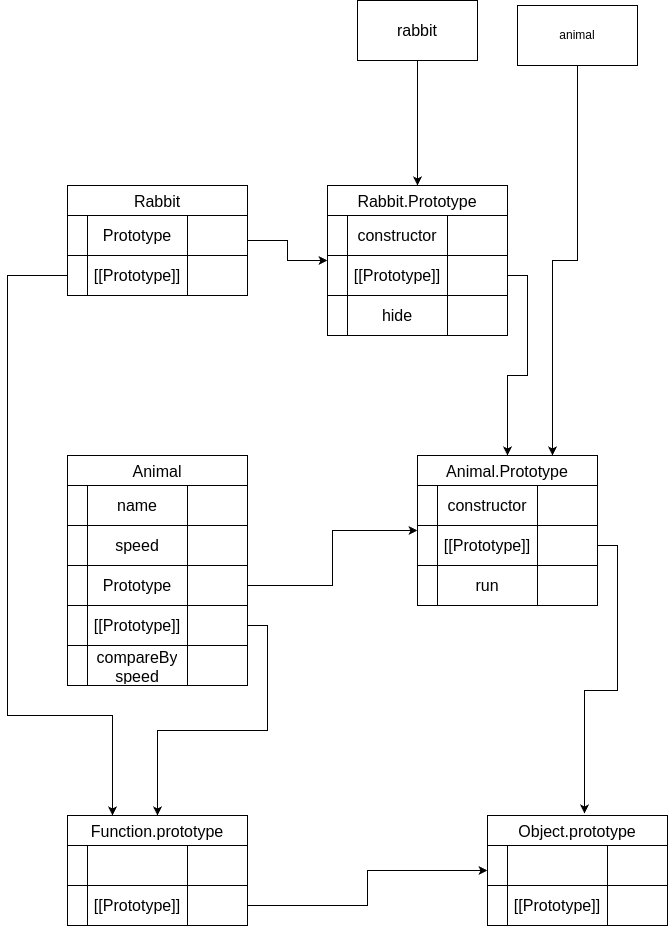
FazleRabbbiferdaus172/CS472 keeps this draw.io diagram as lab6/task3/task3.png. Above is the earlier version. Source tidied: cells renumbered, new cells last; positions are measured from the earlier drawing's top-left corner, leaving out a move shared by most shapes.
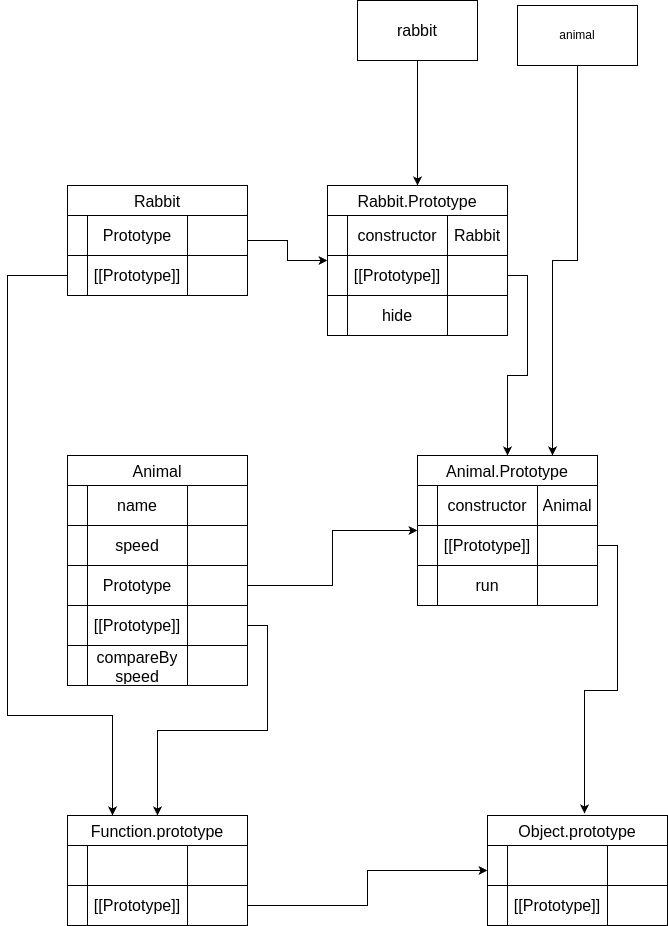
The same diagram one commit later.

Diff of the diagram source:
```diff
@@ -83,7 +83,7 @@
     <mxCell id="28" value="constructor" style="shape=partialRectangle;html=1;whiteSpace=wrap;strokeColor=inherit;overflow=hidden;fillColor=none;top=0;left=0;bottom=0;right=0;fontSize=16;" parent="26" vertex="1">
       <mxGeometry x="20" width="100" height="40" as="geometry" />
     </mxCell>
-    <mxCell id="29" style="shape=partialRectangle;html=1;whiteSpace=wrap;strokeColor=inherit;overflow=hidden;fillColor=none;top=0;left=0;bottom=0;right=0;fontSize=16;" parent="26" vertex="1">
+    <mxCell id="29" value="Animal" style="shape=partialRectangle;html=1;whiteSpace=wrap;strokeColor=inherit;overflow=hidden;fillColor=none;top=0;left=0;bottom=0;right=0;fontSize=16;" parent="26" vertex="1">
       <mxGeometry x="120" width="60" height="40" as="geometry" />
     </mxCell>
     <mxCell id="30" style="shape=tableRow;horizontal=0;startSize=0;swimlaneHead=0;swimlaneBody=0;strokeColor=inherit;top=0;left=0;bottom=0;right=0;fillColor=none;points=[[0,0.5],[1,0.5]];portConstraint=eastwest;fontSize=16;" parent="25" vertex="1">
@@ -221,7 +221,7 @@
     <mxCell id="72" value="constructor" style="shape=partialRectangle;html=1;whiteSpace=wrap;strokeColor=inherit;overflow=hidden;fillColor=none;top=0;left=0;bottom=0;right=0;fontSize=16;" parent="70" vertex="1">
       <mxGeometry x="20" width="100" height="40" as="geometry" />
     </mxCell>
-    <mxCell id="73" style="shape=partialRectangle;html=1;whiteSpace=wrap;strokeColor=inherit;overflow=hidden;fillColor=none;top=0;left=0;bottom=0;right=0;fontSize=16;" parent="70" vertex="1">
+    <mxCell id="73" value="Rabbit" style="shape=partialRectangle;html=1;whiteSpace=wrap;strokeColor=inherit;overflow=hidden;fillColor=none;top=0;left=0;bottom=0;right=0;fontSize=16;" parent="70" vertex="1">
       <mxGeometry x="120" width="60" height="40" as="geometry" />
     </mxCell>
     <mxCell id="74" style="shape=tableRow;horizontal=0;startSize=0;swimlaneHead=0;swimlaneBody=0;strokeColor=inherit;top=0;left=0;bottom=0;right=0;fillColor=none;points=[[0,0.5],[1,0.5]];portConstraint=eastwest;fontSize=16;" parent="69" vertex="1">
```
